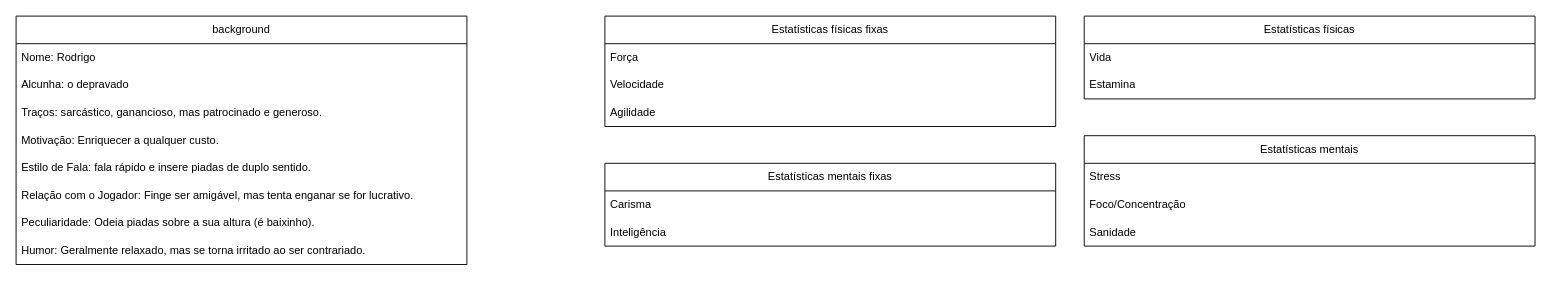
This is CityAI.drawio from Rodrigosis/CityAI, a draw.io file, before an edit. Source tidied: cells renumbered, new cells numbered last; positions are measured from the earlier drawing's top-left corner, leaving out a move shared by most shapes. Both pictures are drawn from the tidied source at 92%, with x=0, y=0 at pixel (16, 16).
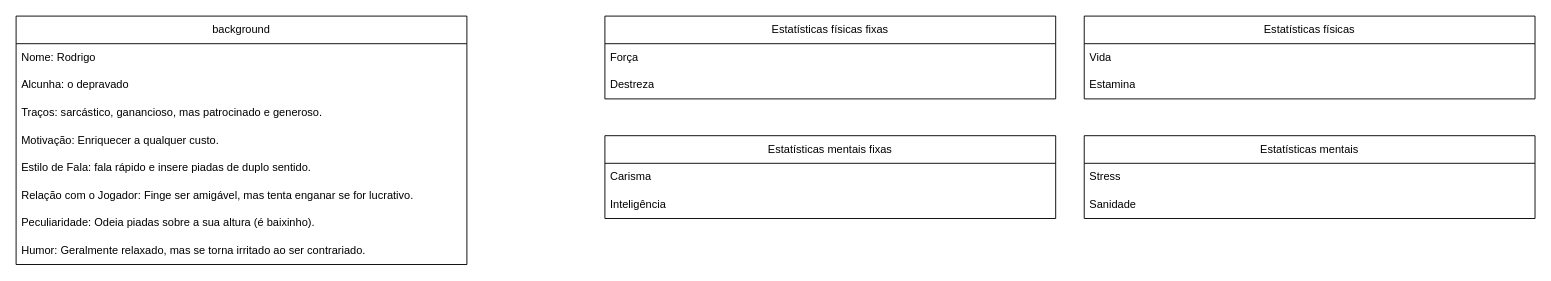
The same diagram, later.

Change to the diagram source:
```diff
@@
     <mxCell id="11" value="Estatísticas físicas fixas" style="swimlane;fontStyle=0;horizontal=1;startSize=30;whiteSpace=wrap;html=1;" parent="1" vertex="1">
-      <mxGeometry x="640" width="490" height="120" as="geometry" />
+      <mxGeometry x="640" width="490" height="90" as="geometry" />
     </mxCell>
@@
-    <mxCell id="13" value="&lt;div&gt;Velocidade&lt;/div&gt;" style="text;strokeColor=none;fillColor=none;align=left;verticalAlign=middle;spacingLeft=4;spacingRight=4;overflow=hidden;whiteSpace=wrap;html=1;" parent="11" vertex="1">
-      <mxGeometry y="60" width="490" height="30" as="geometry" />
-    </mxCell>
-    <mxCell id="14" value="Agilidade" style="text;strokeColor=none;fillColor=none;align=left;verticalAlign=middle;spacingLeft=4;spacingRight=4;overflow=hidden;whiteSpace=wrap;html=1;" parent="11" vertex="1">
-      <mxGeometry y="90" width="490" height="30" as="geometry" />
+    <mxCell id="14" value="Destreza" style="text;strokeColor=none;fillColor=none;align=left;verticalAlign=middle;spacingLeft=4;spacingRight=4;overflow=hidden;whiteSpace=wrap;html=1;" parent="11" vertex="1">
+      <mxGeometry y="60" width="490" height="30" as="geometry" />
     </mxCell>
     <mxCell id="15" value="Estatísticas mentais fixas" style="swimlane;fontStyle=0;horizontal=1;startSize=30;whiteSpace=wrap;html=1;" parent="1" vertex="1">
-      <mxGeometry x="640" y="160" width="490" height="90" as="geometry" />
+      <mxGeometry x="640" y="130" width="490" height="90" as="geometry" />
     </mxCell>
@@
     <mxCell id="18" value="Estatísticas mentais" style="swimlane;fontStyle=0;horizontal=1;startSize=30;whiteSpace=wrap;html=1;" parent="1" vertex="1">
-      <mxGeometry x="1161" y="130" width="490" height="120" as="geometry" />
+      <mxGeometry x="1161" y="130" width="490" height="90" as="geometry" />
     </mxCell>
@@
-    <mxCell id="20" value="Foco/Concentração" style="text;strokeColor=none;fillColor=none;align=left;verticalAlign=middle;spacingLeft=4;spacingRight=4;overflow=hidden;whiteSpace=wrap;html=1;" parent="18" vertex="1">
-      <mxGeometry y="60" width="490" height="30" as="geometry" />
-    </mxCell>
     <mxCell id="21" value="Sanidade" style="text;strokeColor=none;fillColor=none;align=left;verticalAlign=middle;spacingLeft=4;spacingRight=4;overflow=hidden;whiteSpace=wrap;html=1;" parent="18" vertex="1">
-      <mxGeometry y="90" width="490" height="30" as="geometry" />
+      <mxGeometry y="60" width="490" height="30" as="geometry" />
     </mxCell>
```
